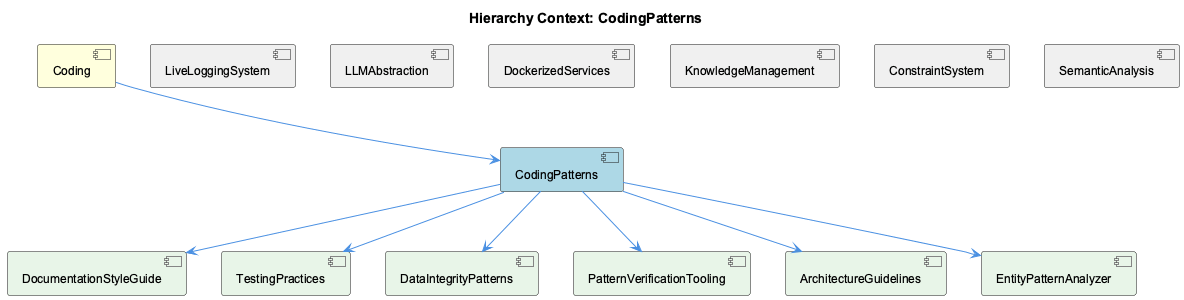
Above: knowledge-management/insights/images/coding-patterns-relationship.png in fwornle/coding (PlantUML), before the change.
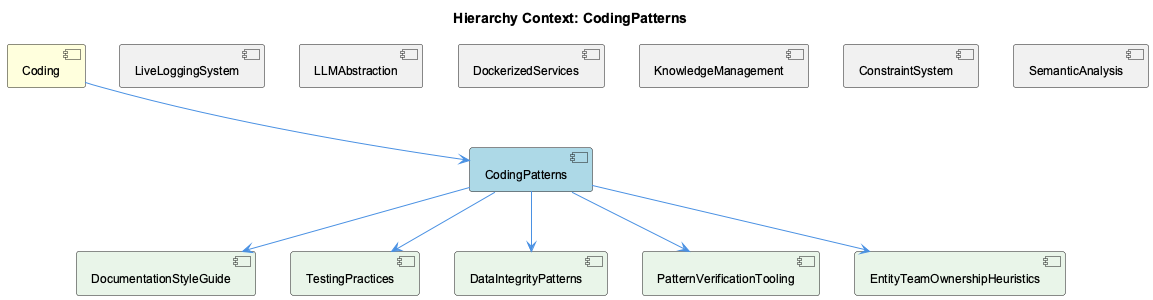
After the change.

What changed in the source:
```diff
@@ -15,8 +15,7 @@
 [TestingPractices] as testing_practices #E8F5E8
 [DataIntegrityPatterns] as data_integrity_patterns #E8F5E8
 [PatternVerificationTooling] as pattern_verification_tooling #E8F5E8
-[ArchitectureGuidelines] as architecture_guidelines #E8F5E8
-[EntityPatternAnalyzer] as entity_pattern_analyzer #E8F5E8
+[EntityTeamOwnershipHeuristics] as entity_team_ownership_heuristics #E8F5E8
 
 coding --> coding_patterns
 live_logging_system -[hidden]- coding_patterns
@@ -29,7 +28,6 @@
 coding_patterns --> testing_practices
 coding_patterns --> data_integrity_patterns
 coding_patterns --> pattern_verification_tooling
-coding_patterns --> architecture_guidelines
-coding_patterns --> entity_pattern_analyzer
+coding_patterns --> entity_team_ownership_heuristics
 
 @enduml
```
